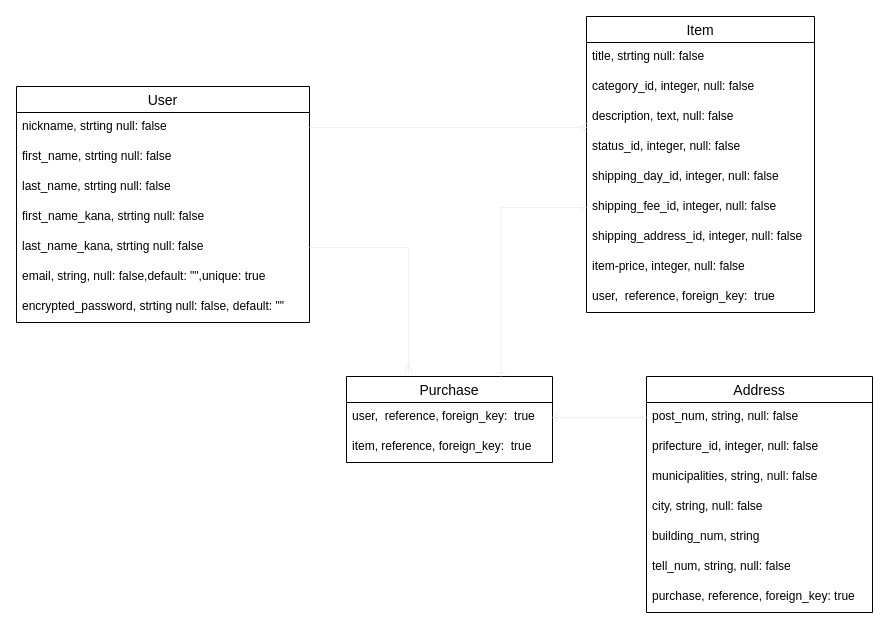
Above: ER.dio in shu26docutar/furima-33478 (draw.io), before the change. Source tidied: cells renumbered, new cells numbered last; positions are measured from the earlier drawing's top-left corner, leaving out a move shared by most shapes. Both pictures are drawn from the tidied source at 100%, with x=0, y=0 at pixel (16, 16).
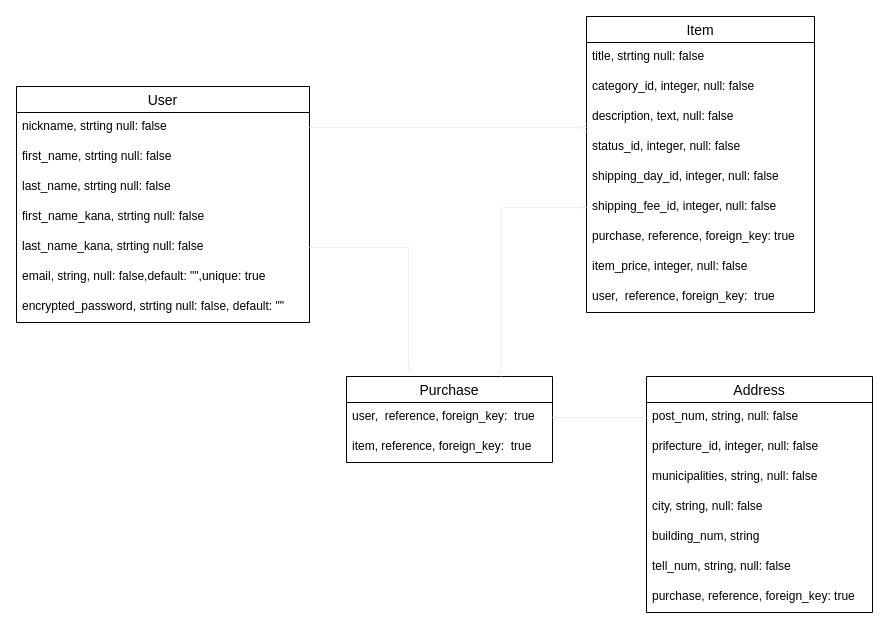
The same page after the edit.

The change refers to these unchanged cells:
```xml
<mxCell id="10" value="Item" style="swimlane;fontStyle=0;horizontal=1;startSize=26;align=center;fontSize=14;" parent="1" vertex="1">
  <mxGeometry x="570" width="228" height="296" as="geometry" />
</mxCell>
```

Diff of the diagram source:
```diff
@@
-    <mxCell id="17" value="shipping_address_id, integer, null: false" style="text;strokeColor=none;fillColor=none;spacingLeft=4;spacingRight=4;overflow=hidden;fontSize=12;" parent="10" vertex="1">
+    <mxCell id="17" value="purchase, reference, foreign_key: true" style="text;strokeColor=none;fillColor=none;spacingLeft=4;spacingRight=4;overflow=hidden;fontSize=12;" parent="10" vertex="1">
       <mxGeometry y="206" width="228" height="30" as="geometry" />
     </mxCell>
-    <mxCell id="18" value="item-price, integer, null: false" style="text;strokeColor=none;fillColor=none;spacingLeft=4;spacingRight=4;overflow=hidden;fontSize=12;" parent="10" vertex="1">
+    <mxCell id="18" value="item_price, integer, null: false" style="text;strokeColor=none;fillColor=none;spacingLeft=4;spacingRight=4;overflow=hidden;fontSize=12;" parent="10" vertex="1">
       <mxGeometry y="236" width="228" height="30" as="geometry" />
     </mxCell>
```
